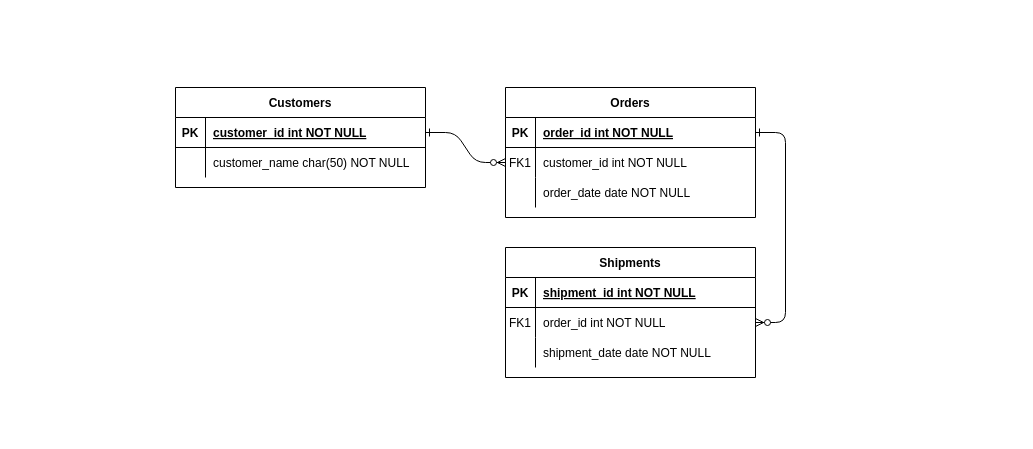
The draw.io diagram Untitled Diagram.drawio in Budhnop/Randoms, before the edit. Source tidied: cells renumbered, new cells numbered last; positions are measured from the earlier drawing's top-left corner, leaving out a move shared by most shapes. Both pictures are drawn from the tidied source at 100%, with x=0, y=0 at pixel (175, 87).
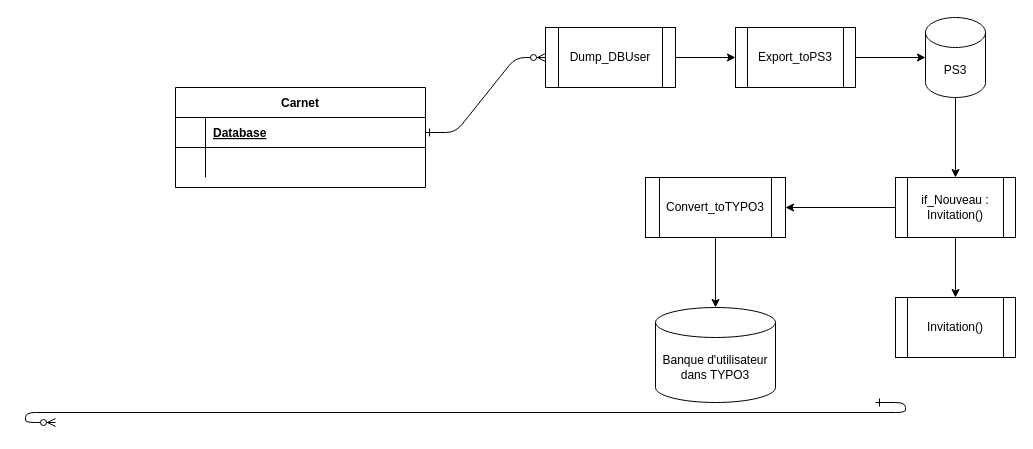
The same diagram, later.

The change refers to these unchanged cells:
```xml
<mxCell id="25" style="shape=partialRectangle;fillColor=none;points=[[0,0.5],[1,0.5]];portConstraint=eastwest;top=0;left=0;right=0;bottom=1;" parent="24" vertex="1">
  <mxGeometry y="30" width="250" height="30" as="geometry" />
</mxCell>
<mxCell id="28" style="shape=partialRectangle;fillColor=none;top=0;left=0;right=0;bottom=0;" parent="24" vertex="1">
  <mxGeometry y="60" width="250" height="30" as="geometry" />
</mxCell>
```

The edit, as a diff of the source:
```diff
@@
-    <mxCell id="2" style="edgeStyle=entityRelationEdgeStyle;endArrow=ERzeroToMany;startArrow=ERone;endFill=1;startFill=0;" parent="1" edge="1" source="25" target="8">
+    <mxCell id="2" style="edgeStyle=entityRelationEdgeStyle;endArrow=ERzeroToMany;startArrow=ERone;endFill=1;startFill=0;entryX=0;entryY=0.5;entryDx=0;entryDy=0;" parent="1" edge="1" source="25" target="32">
       <mxGeometry relative="1" as="geometry" />
     </mxCell>
-    <mxCell id="3" style="edgeStyle=entityRelationEdgeStyle;endArrow=ERzeroToMany;startArrow=ERone;endFill=1;startFill=0;" parent="1" edge="1" source="5" target="18">
-      <mxGeometry relative="1" as="geometry" />
+    <mxCell id="3" style="edgeStyle=entityRelationEdgeStyle;endArrow=ERzeroToMany;startArrow=ERone;endFill=1;startFill=0;" parent="1" edge="1">
+      <mxGeometry relative="1" as="geometry">
+        <mxPoint x="700" y="315" as="sourcePoint" />
+        <mxPoint x="-120" y="335" as="targetPoint" />
+      </mxGeometry>
     </mxCell>
-    <mxCell id="4" value="Orders" style="shape=table;startSize=30;childLayout=tableLayout;rowLines=0;fontStyle=1;align=center;" parent="1" vertex="1">
-      <mxGeometry x="330" width="250" height="130" as="geometry" />
-    </mxCell>
-    <mxCell id="5" style="shape=partialRectangle;fillColor=none;points=[[0,0.5],[1,0.5]];portConstraint=eastwest;top=0;left=0;right=0;bottom=1;" parent="4" vertex="1">
-      <mxGeometry y="30" width="250" height="30" as="geometry" />
-    </mxCell>
-    <mxCell id="6" value="PK" style="shape=partialRectangle;overflow=hidden;fillColor=none;top=0;left=0;bottom=0;right=0;fontStyle=1;" parent="5" vertex="1">
-      <mxGeometry width="30" height="30" as="geometry" />
-    </mxCell>
-    <mxCell id="7" value="order_id int NOT NULL " style="shape=partialRectangle;overflow=hidden;fillColor=none;top=0;left=0;bottom=0;right=0;align=left;spacingLeft=6;fontStyle=5;" parent="5" vertex="1">
-      <mxGeometry x="30" width="220" height="30" as="geometry" />
-    </mxCell>
-    <mxCell id="8" style="shape=partialRectangle;fillColor=none;points=[[0,0.5],[1,0.5]];portConstraint=eastwest;top=0;left=0;right=0;bottom=0;" parent="4" vertex="1">
-      <mxGeometry y="60" width="250" height="30" as="geometry" />
-    </mxCell>
-    <mxCell id="9" value="FK1" style="shape=partialRectangle;overflow=hidden;fillColor=none;top=0;left=0;bottom=0;right=0;" parent="8" vertex="1">
-      <mxGeometry width="30" height="30" as="geometry" />
-    </mxCell>
-    <mxCell id="10" value="customer_id int NOT NULL" style="shape=partialRectangle;overflow=hidden;fillColor=none;top=0;left=0;bottom=0;right=0;align=left;spacingLeft=6;" parent="8" vertex="1">
-      <mxGeometry x="30" width="220" height="30" as="geometry" />
-    </mxCell>
-    <mxCell id="11" style="shape=partialRectangle;fillColor=none;top=0;left=0;right=0;bottom=0;" parent="4" vertex="1">
-      <mxGeometry y="90" width="250" height="30" as="geometry" />
-    </mxCell>
-    <mxCell id="12" style="shape=partialRectangle;overflow=hidden;fillColor=none;top=0;left=0;bottom=0;right=0;" parent="11" vertex="1">
-      <mxGeometry width="30" height="30" as="geometry" />
-    </mxCell>
-    <mxCell id="13" value="order_date date NOT NULL" style="shape=partialRectangle;overflow=hidden;fillColor=none;top=0;left=0;bottom=0;right=0;align=left;spacingLeft=6;" parent="11" vertex="1">
-      <mxGeometry x="30" width="220" height="30" as="geometry" />
-    </mxCell>
-    <mxCell id="14" value="Shipments" style="shape=table;startSize=30;childLayout=tableLayout;rowLines=0;fontStyle=1;align=center;" parent="1" vertex="1">
-      <mxGeometry x="330" y="160" width="250" height="130" as="geometry" />
-    </mxCell>
-    <mxCell id="15" style="shape=partialRectangle;fillColor=none;top=0;left=0;right=0;bottom=1;" parent="14" vertex="1">
-      <mxGeometry y="30" width="250" height="30" as="geometry" />
-    </mxCell>
-    <mxCell id="16" value="PK" style="shape=partialRectangle;overflow=hidden;fillColor=none;top=0;left=0;bottom=0;right=0;fontStyle=1;" parent="15" vertex="1">
-      <mxGeometry width="30" height="30" as="geometry" />
-    </mxCell>
-    <mxCell id="17" value="shipment_id int NOT NULL " style="shape=partialRectangle;overflow=hidden;fillColor=none;top=0;left=0;bottom=0;right=0;align=left;spacingLeft=6;fontStyle=5;" parent="15" vertex="1">
-      <mxGeometry x="30" width="220" height="30" as="geometry" />
-    </mxCell>
-    <mxCell id="18" style="shape=partialRectangle;fillColor=none;points=[[0,0.5],[1,0.5]];portConstraint=eastwest;top=0;left=0;right=0;bottom=0;" parent="14" vertex="1">
-      <mxGeometry y="60" width="250" height="30" as="geometry" />
-    </mxCell>
-    <mxCell id="19" value="FK1" style="shape=partialRectangle;overflow=hidden;fillColor=none;top=0;left=0;bottom=0;right=0;" parent="18" vertex="1">
-      <mxGeometry width="30" height="30" as="geometry" />
-    </mxCell>
-    <mxCell id="20" value="order_id int NOT NULL" style="shape=partialRectangle;overflow=hidden;fillColor=none;top=0;left=0;bottom=0;right=0;align=left;spacingLeft=6;" parent="18" vertex="1">
-      <mxGeometry x="30" width="220" height="30" as="geometry" />
-    </mxCell>
-    <mxCell id="21" style="shape=partialRectangle;fillColor=none;top=0;left=0;right=0;bottom=0;" parent="14" vertex="1">
-      <mxGeometry y="90" width="250" height="30" as="geometry" />
-    </mxCell>
-    <mxCell id="22" style="shape=partialRectangle;overflow=hidden;fillColor=none;top=0;left=0;bottom=0;right=0;" parent="21" vertex="1">
-      <mxGeometry width="30" height="30" as="geometry" />
-    </mxCell>
-    <mxCell id="23" value="shipment_date date NOT NULL" style="shape=partialRectangle;overflow=hidden;fillColor=none;top=0;left=0;bottom=0;right=0;align=left;spacingLeft=6;" parent="21" vertex="1">
-      <mxGeometry x="30" width="220" height="30" as="geometry" />
-    </mxCell>
-    <mxCell id="24" value="Customers" style="shape=table;startSize=30;childLayout=tableLayout;rowLines=0;fontStyle=1;align=center;" parent="1" vertex="1">
+    <mxCell id="24" value="Carnet" style="shape=table;startSize=30;childLayout=tableLayout;rowLines=0;fontStyle=1;align=center;" parent="1" vertex="1">
       <mxGeometry width="250" height="100" as="geometry" />
     </mxCell>
@@
-    <mxCell id="26" value="PK" style="shape=partialRectangle;overflow=hidden;fillColor=none;top=0;left=0;bottom=0;right=0;fontStyle=1;" parent="25" vertex="1">
+    <mxCell id="26" style="shape=partialRectangle;overflow=hidden;fillColor=none;top=0;left=0;bottom=0;right=0;fontStyle=1;" parent="25" vertex="1">
       <mxGeometry width="30" height="30" as="geometry" />
     </mxCell>
-    <mxCell id="27" value="customer_id int NOT NULL " style="shape=partialRectangle;overflow=hidden;fillColor=none;top=0;left=0;bottom=0;right=0;align=left;spacingLeft=6;fontStyle=5;" parent="25" vertex="1">
+    <mxCell id="27" value="Database" style="shape=partialRectangle;overflow=hidden;fillColor=none;top=0;left=0;bottom=0;right=0;align=left;spacingLeft=6;fontStyle=5;" parent="25" vertex="1">
       <mxGeometry x="30" width="220" height="30" as="geometry" />
     </mxCell>
@@
-    <mxCell id="30" value="customer_name char(50) NOT NULL" style="shape=partialRectangle;overflow=hidden;fillColor=none;top=0;left=0;bottom=0;right=0;align=left;spacingLeft=6;" parent="28" vertex="1">
+    <mxCell id="30" style="shape=partialRectangle;overflow=hidden;fillColor=none;top=0;left=0;bottom=0;right=0;align=left;spacingLeft=6;" parent="28" vertex="1">
       <mxGeometry x="30" width="220" height="30" as="geometry" />
     </mxCell>
+    <mxCell id="31" style="edgeStyle=orthogonalEdgeStyle;rounded=0;jettySize=auto;html=1;exitX=1;exitY=0.5;exitDx=0;exitDy=0;entryX=0;entryY=0.5;entryDx=0;entryDy=0;" parent="1" edge="1" source="32" target="37">
+      <mxGeometry relative="1" as="geometry" />
+    </mxCell>
+    <mxCell id="32" value="Dump_DBUser" style="shape=process;whiteSpace=wrap;html=1;backgroundOutline=1;" parent="1" vertex="1">
+      <mxGeometry x="370" y="-60" width="130" height="60" as="geometry" />
+    </mxCell>
+    <mxCell id="33" value="Banque d'utilisateur dans TYPO3" style="shape=cylinder3;whiteSpace=wrap;html=1;boundedLbl=1;backgroundOutline=1;size=15;" parent="1" vertex="1">
+      <mxGeometry x="480" y="220" width="120" height="95" as="geometry" />
+    </mxCell>
+    <mxCell id="34" style="edgeStyle=orthogonalEdgeStyle;rounded=0;jettySize=auto;html=1;exitX=0.5;exitY=1;exitDx=0;exitDy=0;" parent="1" edge="1" source="35" target="33">
+      <mxGeometry relative="1" as="geometry" />
+    </mxCell>
+    <mxCell id="35" value="Convert_toTYPO3" style="shape=process;whiteSpace=wrap;html=1;backgroundOutline=1;" parent="1" vertex="1">
+      <mxGeometry x="470" y="90" width="140" height="60" as="geometry" />
+    </mxCell>
+    <mxCell id="36" style="edgeStyle=orthogonalEdgeStyle;rounded=0;jettySize=auto;html=1;exitX=1;exitY=0.5;exitDx=0;exitDy=0;" parent="1" edge="1" source="37" target="39">
+      <mxGeometry relative="1" as="geometry" />
+    </mxCell>
+    <mxCell id="37" value="Export_toPS3" style="shape=process;whiteSpace=wrap;html=1;backgroundOutline=1;" parent="1" vertex="1">
+      <mxGeometry x="560" y="-60" width="120" height="60" as="geometry" />
+    </mxCell>
+    <mxCell id="38" style="edgeStyle=orthogonalEdgeStyle;rounded=0;jettySize=auto;html=1;exitX=0.5;exitY=1;exitDx=0;exitDy=0;exitPerimeter=0;entryX=0.5;entryY=0;entryDx=0;entryDy=0;" parent="1" edge="1" source="39" target="42">
+      <mxGeometry relative="1" as="geometry" />
+    </mxCell>
+    <mxCell id="39" value="PS3" style="shape=cylinder3;whiteSpace=wrap;html=1;boundedLbl=1;backgroundOutline=1;size=15;" parent="1" vertex="1">
+      <mxGeometry x="750" y="-70" width="60" height="80" as="geometry" />
+    </mxCell>
+    <mxCell id="40" style="edgeStyle=orthogonalEdgeStyle;rounded=0;jettySize=auto;html=1;" parent="1" edge="1" source="42" target="43">
+      <mxGeometry relative="1" as="geometry" />
+    </mxCell>
+    <mxCell id="41" style="edgeStyle=orthogonalEdgeStyle;rounded=0;jettySize=auto;html=1;exitX=0;exitY=0.5;exitDx=0;exitDy=0;" parent="1" edge="1" source="42" target="35">
+      <mxGeometry relative="1" as="geometry" />
+    </mxCell>
+    <mxCell id="42" value="if_Nouveau : Invitation()" style="shape=process;whiteSpace=wrap;html=1;backgroundOutline=1;" parent="1" vertex="1">
+      <mxGeometry x="720" y="90" width="120" height="60" as="geometry" />
+    </mxCell>
+    <mxCell id="43" value="Invitation()" style="shape=process;whiteSpace=wrap;html=1;backgroundOutline=1;" parent="1" vertex="1">
+      <mxGeometry x="720" y="210" width="120" height="60" as="geometry" />
+    </mxCell>
```
